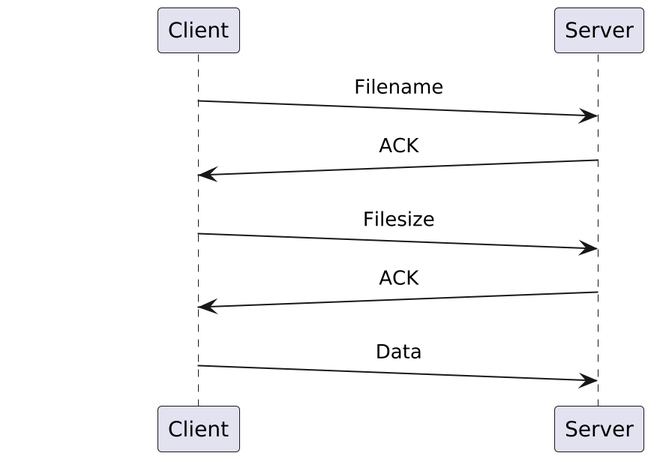
Earlier version of the PlantUML export docs/imgs/upload.png (TheUDPs/TP1-Redes). Its diagram source:
```plantuml
@startuml
skinparam sequenceMessageAlign center
skinparam ParticipantPadding 100
scale 2.0
participant Client
participant Server

Client ->(10) Server : Filename
Server ->(10) Client : ACK
Client ->(10) Server : Filesize
Server ->(10) Client : ACK
Client ->(10) Server : Data
@enduml
```
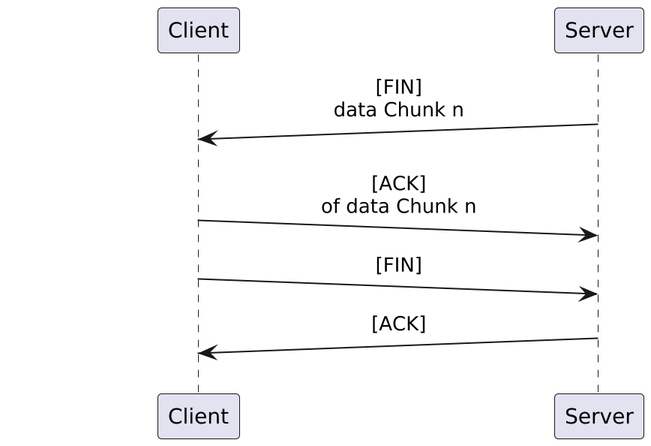
After the commit.

What changed in the source:
```diff
@@ -5,9 +5,8 @@
 participant Client
 participant Server
 
-Client ->(10) Server : Filename
-Server ->(10) Client : ACK
-Client ->(10) Server : Filesize
-Server ->(10) Client : ACK
-Client ->(10) Server : Data
+Server ->(10) Client : [FIN]\ndata Chunk n
+Client ->(10) Server : [ACK]\nof data Chunk n
+Client ->(10) Server : [FIN]
+Server ->(10) Client : [ACK]
 @enduml
```
